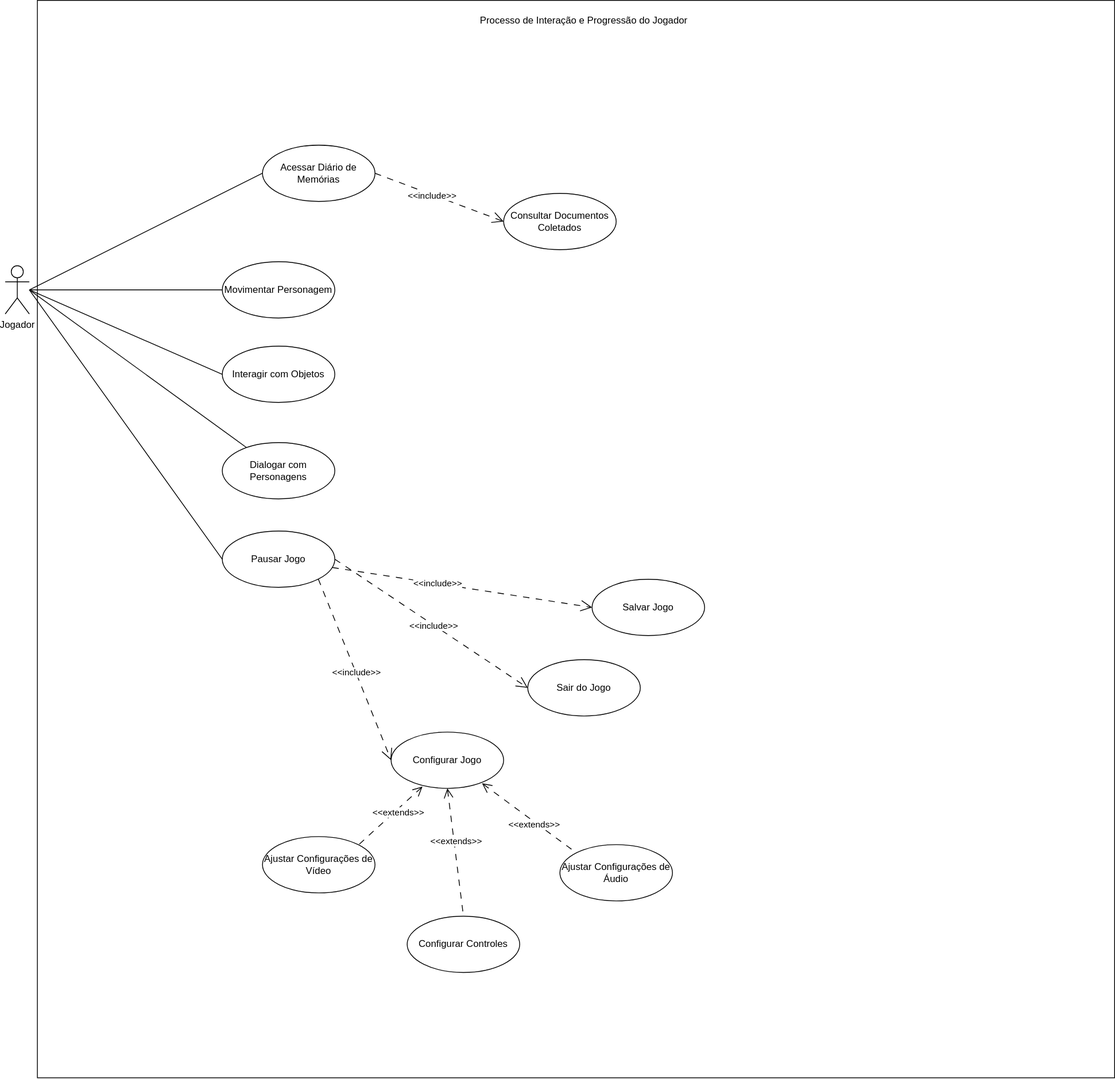
omatheusfaria/Ani keeps this draw.io diagram as docs/casos-de-uso/caso-de-uso.drawio.svg. Above is the earlier version. Source tidied: cells renumbered, new cells last; positions are measured from the earlier drawing's top-left corner, leaving out a move shared by most shapes.
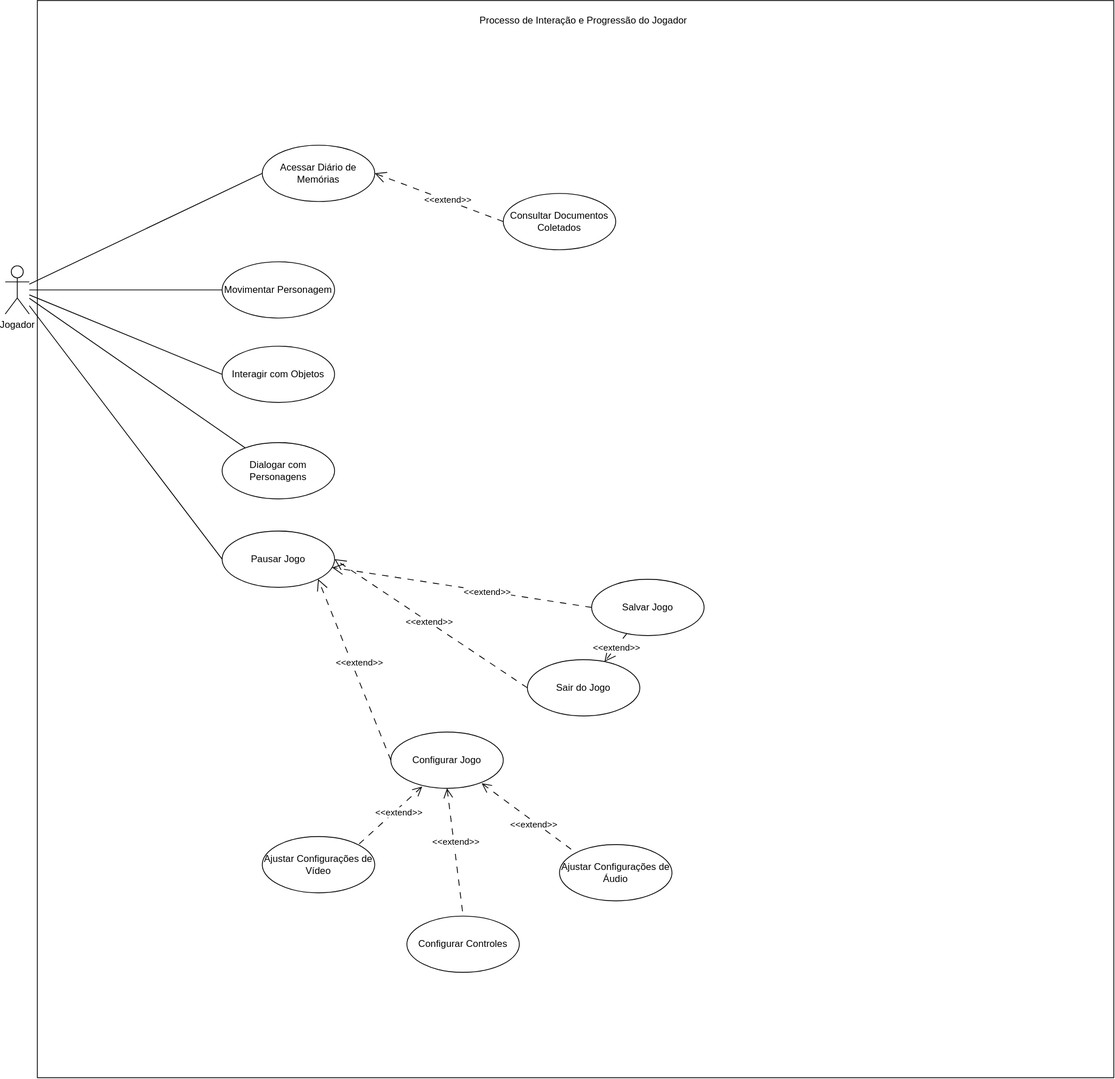
Later version of the same file.

Commit message:
Reexporta no draw.io os diagramas de classes e de casos de uso

The edit, as a diff of the source:
```diff
@@ -8,20 +8,14 @@
     <mxCell id="3" style="rounded=0;jettySize=auto;html=1;entryX=0;entryY=0.5;entryDx=0;entryDy=0;endArrow=none;endFill=0;" parent="1" edge="1" source="7" target="8">
       <mxGeometry relative="1" as="geometry" />
     </mxCell>
-    <mxCell id="4" style="rounded=0;jettySize=auto;html=1;entryX=0;entryY=0.5;entryDx=0;entryDy=0;endArrow=none;endFill=0;" parent="1" edge="1" target="11">
-      <mxGeometry relative="1" as="geometry">
-        <mxPoint x="30" y="360" as="sourcePoint" />
-      </mxGeometry>
+    <mxCell id="4" style="rounded=0;jettySize=auto;html=1;entryX=0;entryY=0.5;entryDx=0;entryDy=0;endArrow=none;endFill=0;" parent="1" edge="1" source="7" target="11">
+      <mxGeometry relative="1" as="geometry" />
     </mxCell>
-    <mxCell id="5" style="rounded=0;jettySize=auto;html=1;entryX=0;entryY=0.5;entryDx=0;entryDy=0;endArrow=none;endFill=0;" parent="1" edge="1" target="29">
-      <mxGeometry relative="1" as="geometry">
-        <mxPoint x="30" y="360" as="sourcePoint" />
-      </mxGeometry>
+    <mxCell id="5" style="rounded=0;jettySize=auto;html=1;entryX=0;entryY=0.5;entryDx=0;entryDy=0;endArrow=none;endFill=0;" parent="1" edge="1" source="7" target="29">
+      <mxGeometry relative="1" as="geometry" />
     </mxCell>
-    <mxCell id="6" style="rounded=0;jettySize=auto;html=1;entryX=0;entryY=0.5;entryDx=0;entryDy=0;endArrow=none;endFill=0;" parent="1" edge="1" target="34">
-      <mxGeometry relative="1" as="geometry">
-        <mxPoint x="30" y="360" as="sourcePoint" />
-      </mxGeometry>
+    <mxCell id="6" style="rounded=0;jettySize=auto;html=1;entryX=0;entryY=0.5;entryDx=0;entryDy=0;endArrow=none;endFill=0;" parent="1" edge="1" source="7" target="34">
+      <mxGeometry relative="1" as="geometry" />
     </mxCell>
     <mxCell id="7" value="&lt;div&gt;Jogador&lt;/div&gt;" style="shape=umlActor;verticalLabelPosition=bottom;verticalAlign=top;html=1;outlineConnect=0;" parent="1" vertex="1">
       <mxGeometry y="330" width="30" height="60" as="geometry" />
@@ -29,19 +23,17 @@
     <mxCell id="8" value="Movimentar Personagem" style="ellipse;whiteSpace=wrap;html=1;" parent="1" vertex="1">
       <mxGeometry x="270" y="325" width="140" height="70" as="geometry" />
     </mxCell>
-    <mxCell id="9" style="rounded=0;jettySize=auto;html=1;exitX=1;exitY=0.5;exitDx=0;exitDy=0;entryX=0;entryY=0.5;entryDx=0;entryDy=0;endArrow=open;endFill=0;dashed=1;dashPattern=8 8;endSize=12;" parent="1" edge="1" source="34" target="14">
+    <mxCell id="9" style="rounded=0;jettySize=auto;html=1;entryX=1;entryY=0.5;entryDx=0;entryDy=0;exitX=0;exitY=0.5;exitDx=0;exitDy=0;endArrow=open;endFill=0;dashed=1;dashPattern=8 8;endSize=12;" parent="1" edge="1" source="14" target="34">
       <mxGeometry relative="1" as="geometry" />
     </mxCell>
-    <mxCell id="10" value="&amp;lt;&amp;lt;include&amp;gt;&amp;gt;" style="edgeLabel;html=1;align=center;verticalAlign=middle;" parent="9" vertex="1">
+    <mxCell id="10" value="&amp;lt;&amp;lt;extend&amp;gt;&amp;gt;" style="edgeLabel;html=1;align=center;verticalAlign=middle;" parent="9" vertex="1">
       <mxGeometry x="-0.12" y="-1" relative="1" as="geometry" />
     </mxCell>
     <mxCell id="11" value="Interagir com Objetos" style="ellipse;whiteSpace=wrap;html=1;" parent="1" vertex="1">
       <mxGeometry x="270" y="430" width="140" height="70" as="geometry" />
     </mxCell>
-    <mxCell id="12" style="rounded=0;jettySize=auto;html=1;endArrow=none;endFill=0;" parent="1" edge="1" source="13">
-      <mxGeometry relative="1" as="geometry">
-        <mxPoint x="30" y="360" as="targetPoint" />
-      </mxGeometry>
+    <mxCell id="12" style="rounded=0;jettySize=auto;html=1;endArrow=none;endFill=0;" parent="1" edge="1" source="13" target="7">
+      <mxGeometry relative="1" as="geometry" />
     </mxCell>
     <mxCell id="13" value="Dialogar com Personagens" style="ellipse;whiteSpace=wrap;html=1;" parent="1" vertex="1">
       <mxGeometry x="270" y="550" width="140" height="70" as="geometry" />
@@ -55,7 +47,7 @@
     <mxCell id="16" style="rounded=0;jettySize=auto;html=1;exitX=0.279;exitY=0.969;exitDx=0;exitDy=0;entryX=1;entryY=0;entryDx=0;entryDy=0;dashed=1;dashPattern=8 8;endArrow=none;endFill=0;endSize=12;startArrow=open;startFill=0;startSize=10;exitPerimeter=0;" parent="1" edge="1" source="22" target="31">
       <mxGeometry relative="1" as="geometry" />
     </mxCell>
-    <mxCell id="17" value="&amp;lt;&amp;lt;extends&amp;gt;&amp;gt;" style="edgeLabel;html=1;align=center;verticalAlign=middle;" parent="16" vertex="1">
+    <mxCell id="17" value="&amp;lt;&amp;lt;extend&amp;gt;&amp;gt;" style="edgeLabel;html=1;align=center;verticalAlign=middle;" parent="16" vertex="1">
       <mxGeometry x="0.26" y="2" relative="1" as="geometry">
         <mxPoint x="19" y="-16" as="offset" />
       </mxGeometry>
@@ -63,36 +55,42 @@
     <mxCell id="18" style="rounded=0;jettySize=auto;html=1;exitX=0.5;exitY=1;exitDx=0;exitDy=0;entryX=0.5;entryY=0;entryDx=0;entryDy=0;dashed=1;dashPattern=8 8;endArrow=none;endFill=0;endSize=12;startSize=10;startArrow=open;startFill=0;" parent="1" edge="1" source="22" target="32">
       <mxGeometry relative="1" as="geometry" />
     </mxCell>
-    <mxCell id="19" value="&amp;lt;&amp;lt;extends&amp;gt;&amp;gt;" style="edgeLabel;html=1;align=center;verticalAlign=middle;" parent="18" vertex="1">
+    <mxCell id="19" value="&amp;lt;&amp;lt;extend&amp;gt;&amp;gt;" style="edgeLabel;html=1;align=center;verticalAlign=middle;" parent="18" vertex="1">
       <mxGeometry x="-0.17" y="2" relative="1" as="geometry" />
     </mxCell>
     <mxCell id="20" style="rounded=0;jettySize=auto;html=1;exitX=0.808;exitY=0.911;exitDx=0;exitDy=0;entryX=0;entryY=0;entryDx=0;entryDy=0;endArrow=none;endFill=0;dashed=1;dashPattern=8 8;endSize=12;startArrow=open;startFill=0;startSize=10;exitPerimeter=0;" parent="1" edge="1" source="22" target="33">
       <mxGeometry relative="1" as="geometry" />
     </mxCell>
-    <mxCell id="21" value="&amp;lt;&amp;lt;extends&amp;gt;&amp;gt;" style="edgeLabel;html=1;align=center;verticalAlign=middle;" parent="20" vertex="1">
+    <mxCell id="21" value="&amp;lt;&amp;lt;extend&amp;gt;&amp;gt;" style="edgeLabel;html=1;align=center;verticalAlign=middle;" parent="20" vertex="1">
       <mxGeometry x="0.13" y="-3" relative="1" as="geometry" />
     </mxCell>
     <mxCell id="22" value="Configurar Jogo" style="ellipse;whiteSpace=wrap;html=1;" parent="1" vertex="1">
       <mxGeometry x="480" y="910" width="140" height="70" as="geometry" />
     </mxCell>
-    <mxCell id="23" style="rounded=0;jettySize=auto;html=1;exitX=1;exitY=1;exitDx=0;exitDy=0;entryX=0;entryY=0.5;entryDx=0;entryDy=0;dashed=1;dashPattern=8 8;endArrow=open;endFill=0;endSize=12;" parent="1" edge="1" source="29" target="22">
+    <mxCell id="23" style="rounded=0;jettySize=auto;html=1;entryX=1;entryY=1;entryDx=0;entryDy=0;exitX=0;exitY=0.5;exitDx=0;exitDy=0;dashed=1;dashPattern=8 8;endArrow=open;endFill=0;endSize=12;" parent="1" edge="1" source="22" target="29">
       <mxGeometry relative="1" as="geometry" />
     </mxCell>
-    <mxCell id="24" value="&amp;lt;&amp;lt;include&amp;gt;&amp;gt;" style="edgeLabel;html=1;align=center;verticalAlign=middle;" parent="23" vertex="1">
+    <mxCell id="24" value="&amp;lt;&amp;lt;extend&amp;gt;&amp;gt;" style="edgeLabel;html=1;align=center;verticalAlign=middle;" parent="23" vertex="1">
       <mxGeometry x="0.04" y="-4" relative="1" as="geometry">
         <mxPoint x="4" y="-3" as="offset" />
       </mxGeometry>
     </mxCell>
-    <mxCell id="25" style="rounded=0;jettySize=auto;html=1;exitX=1;exitY=0.5;exitDx=0;exitDy=0;entryX=0;entryY=0.5;entryDx=0;entryDy=0;endArrow=open;endFill=0;dashed=1;dashPattern=8 8;endSize=12;" parent="1" edge="1" source="29" target="30">
+    <mxCell id="25" style="rounded=0;jettySize=auto;html=1;entryX=1;entryY=0.5;entryDx=0;entryDy=0;exitX=0;exitY=0.5;exitDx=0;exitDy=0;endArrow=open;endFill=0;dashed=1;dashPattern=8 8;endSize=12;" parent="1" edge="1" source="30" target="29">
       <mxGeometry relative="1" as="geometry" />
     </mxCell>
-    <mxCell id="26" value="&amp;lt;&amp;lt;include&amp;gt;&amp;gt;" style="edgeLabel;html=1;align=center;verticalAlign=middle;" parent="25" vertex="1">
+    <mxCell id="26" value="&amp;lt;&amp;lt;extend&amp;gt;&amp;gt;" style="edgeLabel;html=1;align=center;verticalAlign=middle;" parent="25" vertex="1">
       <mxGeometry x="0.02" y="-1" relative="1" as="geometry" />
     </mxCell>
+    <mxCell id="36" style="rounded=0;jettySize=auto;html=1;endArrow=open;endFill=0;dashed=1;dashPattern=8 8;endSize=12;" parent="1" edge="1" source="15" target="30">
+      <mxGeometry relative="1" as="geometry" />
+    </mxCell>
+    <mxCell id="37" value="&amp;lt;&amp;lt;extend&amp;gt;&amp;gt;" style="edgeLabel;html=1;align=center;verticalAlign=middle;" parent="36" vertex="1">
+      <mxGeometry relative="1" as="geometry" />
+    </mxCell>
-    <mxCell id="27" style="rounded=0;jettySize=auto;html=1;entryX=0;entryY=0.5;entryDx=0;entryDy=0;endArrow=open;endFill=0;endSize=12;dashed=1;dashPattern=8 8;" parent="1" edge="1" source="29" target="15">
+    <mxCell id="27" style="rounded=0;jettySize=auto;html=1;exitX=0;exitY=0.5;exitDx=0;exitDy=0;endArrow=open;endFill=0;endSize=12;dashed=1;dashPattern=8 8;" parent="1" edge="1" source="15" target="29">
       <mxGeometry relative="1" as="geometry" />
     </mxCell>
-    <mxCell id="28" value="&amp;lt;&amp;lt;include&amp;gt;&amp;gt;" style="edgeLabel;html=1;align=center;verticalAlign=middle;" parent="27" vertex="1">
+    <mxCell id="28" value="&amp;lt;&amp;lt;extend&amp;gt;&amp;gt;" style="edgeLabel;html=1;align=center;verticalAlign=middle;" parent="27" vertex="1">
       <mxGeometry x="-0.19" y="1" relative="1" as="geometry" />
     </mxCell>
     <mxCell id="29" value="Pausar Jogo" style="ellipse;whiteSpace=wrap;html=1;" parent="1" vertex="1">
```
